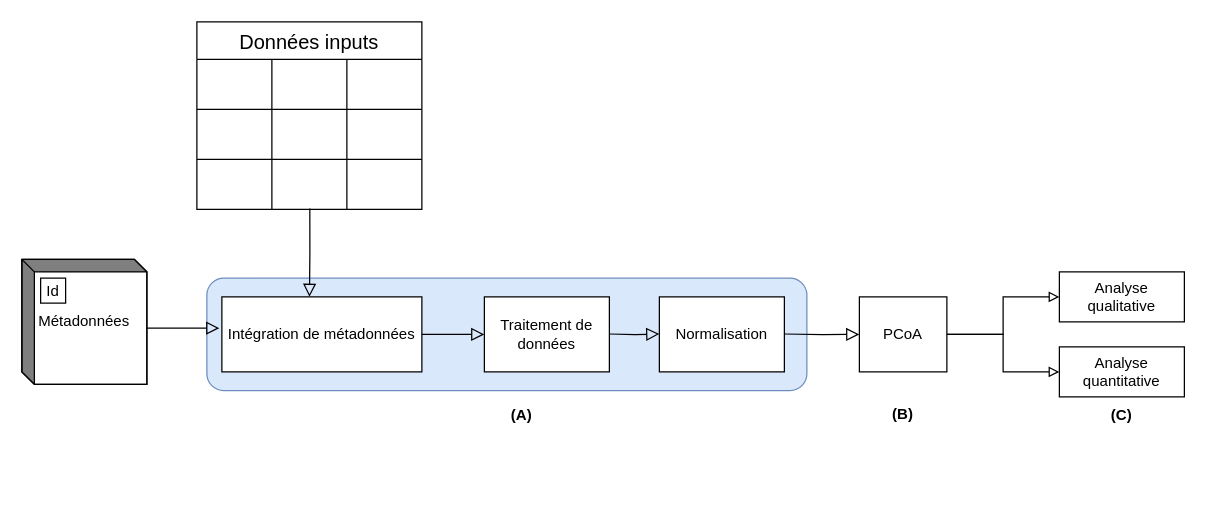
The draw.io diagram Output/Diagramme sans nom.drawio in hoangdinhphuc19/FONCTIOMIC, before the edit. Source tidied: cells renumbered, new cells numbered last; positions are measured from the earlier drawing's top-left corner, leaving out a move shared by most shapes. Both pictures are drawn from the tidied source at 125%, with x=0, y=0 at pixel (21, 21).
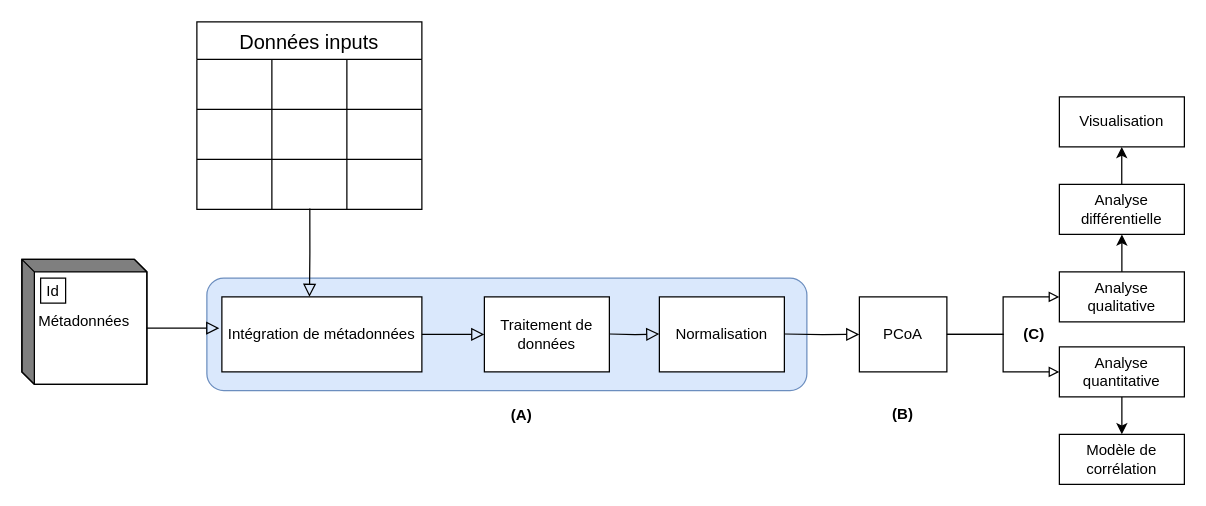
The same diagram, later.

Commit message:
Mettre à jour Diagramme sans nom.drawio

Unchanged cells that the change refers to:
```xml
<mxCell id="28" value="Analyse qualitative" style="rounded=0;whiteSpace=wrap;html=1;" parent="1" vertex="1">
  <mxGeometry x="830" y="200" width="100" height="40" as="geometry" />
</mxCell>
<mxCell id="30" value="Analyse quantitative" style="rounded=0;whiteSpace=wrap;html=1;" parent="1" vertex="1">
  <mxGeometry x="830" y="260" width="100" height="40" as="geometry" />
</mxCell>
```

What changed in the source:
```diff
@@
+    <mxCell id="34" style="edgeStyle=orthogonalEdgeStyle;rounded=0;jettySize=auto;html=1;exitX=0.5;exitY=0;exitDx=0;exitDy=0;entryX=0.5;entryY=1;entryDx=0;entryDy=0;" parent="1" edge="1" source="28" target="35">
+      <mxGeometry relative="1" as="geometry" />
+    </mxCell>
@@
     <mxCell id="33" value="&lt;b&gt;(C)&lt;/b&gt;" style="text;strokeColor=none;align=center;fillColor=none;html=1;verticalAlign=middle;whiteSpace=wrap;rounded=0;" parent="1" vertex="1">
-      <mxGeometry x="850" y="300" width="60" height="30" as="geometry" />
+      <mxGeometry x="780" y="235" width="60" height="30" as="geometry" />
     </mxCell>
+    <mxCell id="35" value="Analyse différentielle" style="rounded=0;whiteSpace=wrap;html=1;" parent="1" vertex="1">
+      <mxGeometry x="830" y="130" width="100" height="40" as="geometry" />
+    </mxCell>
+    <mxCell id="36" style="edgeStyle=orthogonalEdgeStyle;rounded=0;orthogonalLoop=1;jettySize=auto;html=1;exitX=0.5;exitY=0;exitDx=0;exitDy=0;entryX=0.5;entryY=1;entryDx=0;entryDy=0;" parent="1" edge="1">
+      <mxGeometry relative="1" as="geometry">
+        <mxPoint x="879.9" y="130" as="sourcePoint" />
+        <mxPoint x="879.9" y="100" as="targetPoint" />
+      </mxGeometry>
+    </mxCell>
+    <mxCell id="37" value="Visualisation" style="rounded=0;whiteSpace=wrap;html=1;" parent="1" vertex="1">
+      <mxGeometry x="830" y="60" width="100" height="40" as="geometry" />
+    </mxCell>
+    <mxCell id="38" style="endArrow=classic;html=1;rounded=0;exitX=0.5;exitY=1;exitDx=0;exitDy=0;" parent="1" edge="1" source="30">
+      <mxGeometry relative="1" as="geometry">
+        <mxPoint x="880" y="330" as="targetPoint" />
+      </mxGeometry>
+    </mxCell>
+    <mxCell id="39" value="Modèle de corrélation" style="rounded=0;whiteSpace=wrap;html=1;" parent="1" vertex="1">
+      <mxGeometry x="830" y="330" width="100" height="40" as="geometry" />
+    </mxCell>
```
